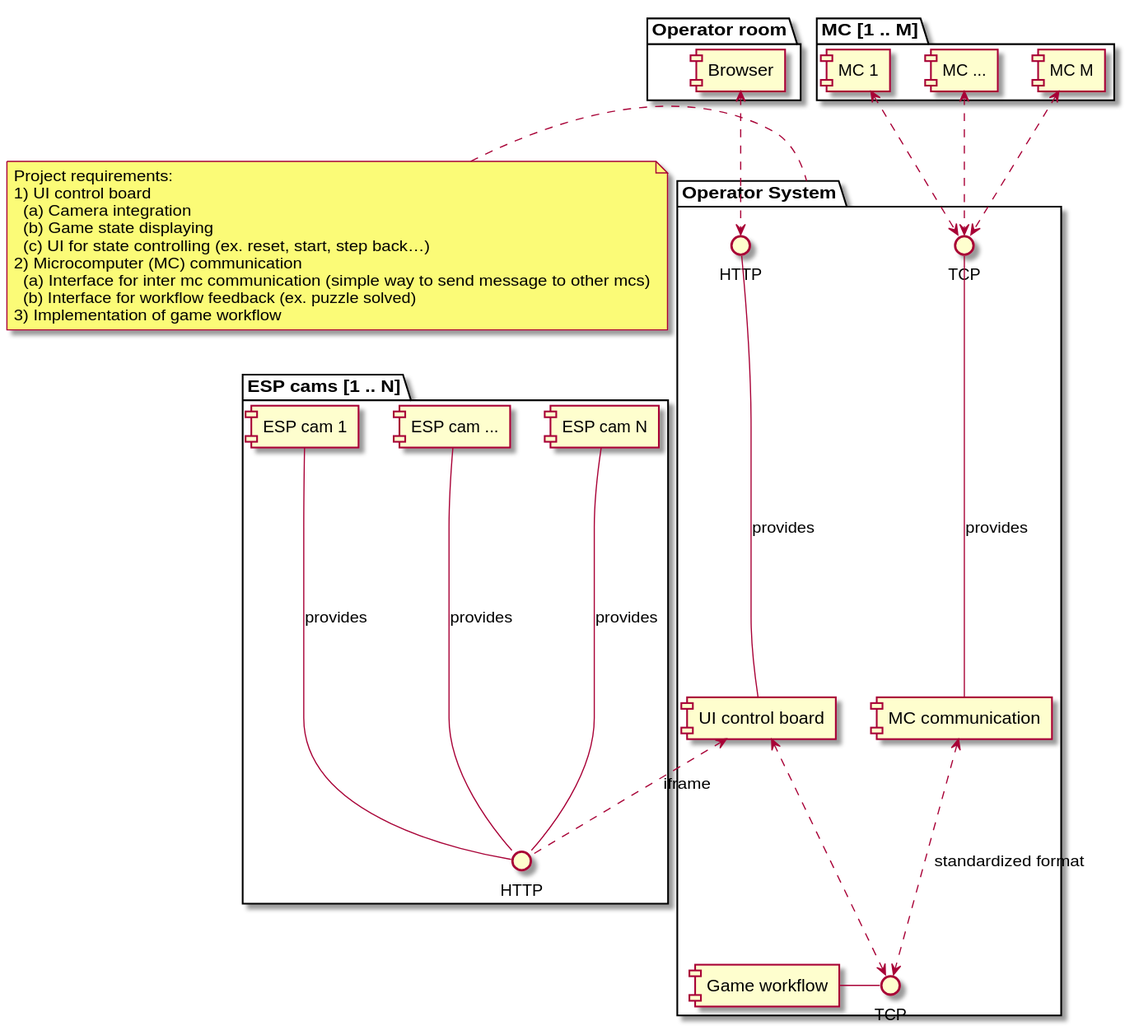
ubilab-ws21/operator keeps this PlantUML diagram as doc/design/general_architecture.svg. Above is the earlier version. Its diagram source:
```plantuml
@startuml general_architecture
note left of "Operator System"
Project requirements:
1) UI control board
  (a) Camera integration
  (b) Game state displaying
  (c) UI for state controlling (ex. reset, start, step back…)
2) Microcomputer (MC) communication
  (a) Interface for inter mc communication (simple way to send message to other mcs)
  (b) Interface for workflow feedback (ex. puzzle solved)
3) Implementation of game workflow
end note

package "Operator room" {
    [Browser]
}

package "MC [1 .. M]" {
    [MC 1]
    [MC ...]
    [MC M]
}

package "Operator System" {
    interface TCP as TCP1
    [Game workflow] - TCP1

    interface TCP as TCP
    [MC communication] -up-- TCP: provides

    interface HTTP as HTTP
    [UI control board] -up-- HTTP: provides

    [UI control board] <..> TCP1
    [MC communication] <..> TCP1: standardized format
}

package "ESP cams [1 .. N]" {
    interface HTTP as HTTP1

    [ESP cam N] -down-- HTTP1: provides
    [ESP cam ...] -down-- HTTP1: provides
    [ESP cam 1] -down-- HTTP1: provides
}

[UI control board] <.. HTTP1: iframe
[Browser] <..> HTTP

[MC 1] <..> TCP
[MC ...] <..> TCP
[MC M] <..> TCP

@enduml
```
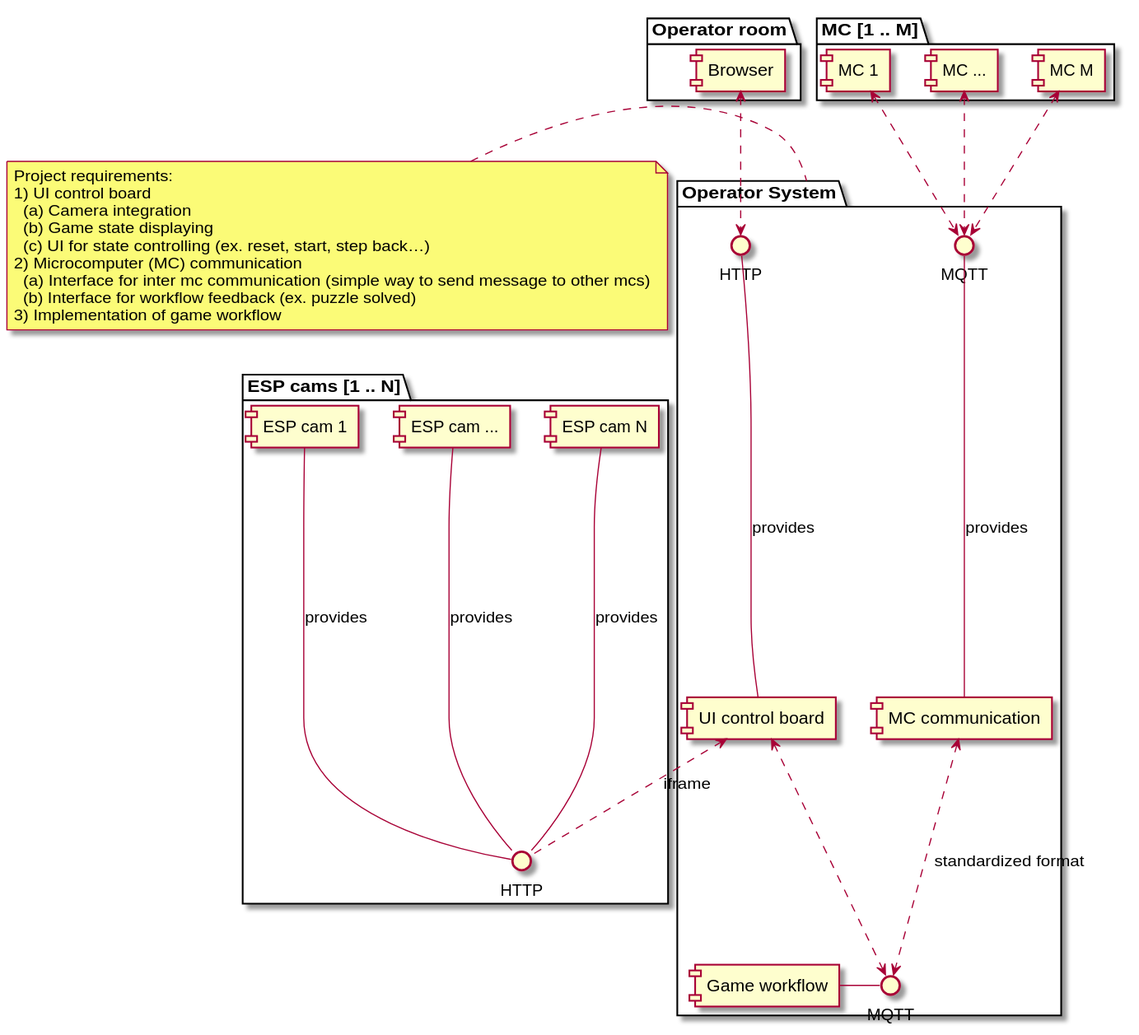
The same file after the commit.

Change to the diagram source:
```diff
@@ -22,17 +22,17 @@
 }
 
 package "Operator System" {
-    interface TCP as TCP1
-    [Game workflow] - TCP1
+    interface MQTT as MQTT1
+    [Game workflow] - MQTT1
 
-    interface TCP as TCP
-    [MC communication] -up-- TCP: provides
+    interface MQTT as MQTT
+    [MC communication] -up-- MQTT: provides
 
     interface HTTP as HTTP
     [UI control board] -up-- HTTP: provides
 
-    [UI control board] <..> TCP1
-    [MC communication] <..> TCP1: standardized format
+    [UI control board] <..> MQTT1
+    [MC communication] <..> MQTT1: standardized format
 }
 
 package "ESP cams [1 .. N]" {
@@ -46,8 +46,8 @@
 [UI control board] <.. HTTP1: iframe
 [Browser] <..> HTTP
 
-[MC 1] <..> TCP
-[MC ...] <..> TCP
-[MC M] <..> TCP
+[MC 1] <..> MQTT
+[MC ...] <..> MQTT
+[MC M] <..> MQTT
 
 @enduml
```
